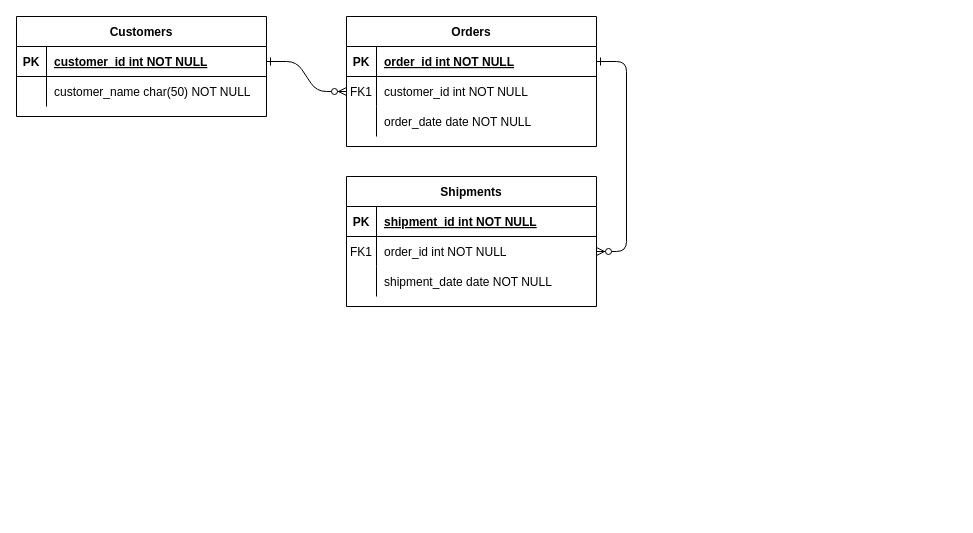
gustavofdeoliveira/projeto-modgeo keeps this draw.io diagram as Diagrama sem título.drawio. Above is the earlier version. Source tidied: cells renumbered, new cells numbered last; positions are measured from the earlier drawing's top-left corner, leaving out a move shared by most shapes. Both pictures are drawn from the tidied source at 100%, with x=0, y=0 at pixel (16, 16).
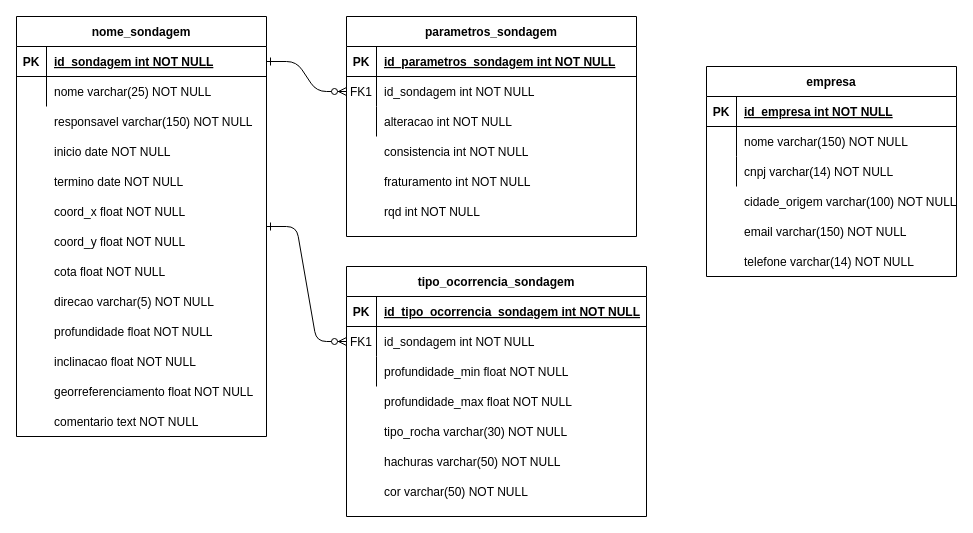
The same diagram, later.

The change refers to these unchanged cells:
```xml
<mxCell id="15" style="shape=partialRectangle;fillColor=none;top=0;left=0;right=0;bottom=1;" parent="14" vertex="1">
  <mxGeometry y="30" width="250" height="30" as="geometry" />
</mxCell>
<mxCell id="18" style="shape=partialRectangle;fillColor=none;points=[[0,0.5],[1,0.5]];portConstraint=eastwest;top=0;left=0;right=0;bottom=0;" parent="14" vertex="1">
  <mxGeometry y="60" width="250" height="30" as="geometry" />
</mxCell>
<mxCell id="21" style="shape=partialRectangle;fillColor=none;top=0;left=0;right=0;bottom=0;" parent="14" vertex="1">
  <mxGeometry y="90" width="250" height="30" as="geometry" />
</mxCell>
<mxCell id="25" style="shape=partialRectangle;fillColor=none;points=[[0,0.5],[1,0.5]];portConstraint=eastwest;top=0;left=0;right=0;bottom=1;" parent="24" vertex="1">
  <mxGeometry y="30" width="250" height="30" as="geometry" />
</mxCell>
<mxCell id="28" style="shape=partialRectangle;fillColor=none;top=0;left=0;right=0;bottom=0;" parent="24" vertex="1">
  <mxGeometry y="60" width="250" height="30" as="geometry" />
</mxCell>
```

Diff of the diagram source:
```diff
@@
-    <mxCell id="3" style="edgeStyle=entityRelationEdgeStyle;endArrow=ERzeroToMany;startArrow=ERone;endFill=1;startFill=0;" parent="1" edge="1" source="5" target="18">
-      <mxGeometry relative="1" as="geometry" />
-    </mxCell>
-    <mxCell id="4" value="Orders" style="shape=table;startSize=30;childLayout=tableLayout;rowLines=0;fontStyle=1;align=center;" parent="1" vertex="1">
-      <mxGeometry x="330" width="250" height="130" as="geometry" />
+    <mxCell id="4" value="parametros_sondagem" style="shape=table;startSize=30;childLayout=tableLayout;rowLines=0;fontStyle=1;align=center;" parent="1" vertex="1">
+      <mxGeometry x="330" width="290" height="220" as="geometry" />
     </mxCell>
     <mxCell id="5" style="shape=partialRectangle;fillColor=none;points=[[0,0.5],[1,0.5]];portConstraint=eastwest;top=0;left=0;right=0;bottom=1;" parent="4" vertex="1">
-      <mxGeometry y="30" width="250" height="30" as="geometry" />
+      <mxGeometry y="30" width="290" height="30" as="geometry" />
     </mxCell>
@@
-    <mxCell id="7" value="order_id int NOT NULL " style="shape=partialRectangle;overflow=hidden;fillColor=none;top=0;left=0;bottom=0;right=0;align=left;spacingLeft=6;fontStyle=5;" parent="5" vertex="1">
-      <mxGeometry x="30" width="220" height="30" as="geometry" />
+    <mxCell id="7" value="id_parametros_sondagem int NOT NULL " style="shape=partialRectangle;overflow=hidden;fillColor=none;top=0;left=0;bottom=0;right=0;align=left;spacingLeft=6;fontStyle=5;" parent="5" vertex="1">
+      <mxGeometry x="30" width="260" height="30" as="geometry" />
     </mxCell>
     <mxCell id="8" style="shape=partialRectangle;fillColor=none;points=[[0,0.5],[1,0.5]];portConstraint=eastwest;top=0;left=0;right=0;bottom=0;" parent="4" vertex="1">
-      <mxGeometry y="60" width="250" height="30" as="geometry" />
+      <mxGeometry y="60" width="290" height="30" as="geometry" />
     </mxCell>
@@
-    <mxCell id="10" value="customer_id int NOT NULL" style="shape=partialRectangle;overflow=hidden;fillColor=none;top=0;left=0;bottom=0;right=0;align=left;spacingLeft=6;" parent="8" vertex="1">
-      <mxGeometry x="30" width="220" height="30" as="geometry" />
+    <mxCell id="10" value="id_sondagem int NOT NULL" style="shape=partialRectangle;overflow=hidden;fillColor=none;top=0;left=0;bottom=0;right=0;align=left;spacingLeft=6;" parent="8" vertex="1">
+      <mxGeometry x="30" width="260" height="30" as="geometry" />
     </mxCell>
     <mxCell id="11" style="shape=partialRectangle;fillColor=none;top=0;left=0;right=0;bottom=0;" parent="4" vertex="1">
-      <mxGeometry y="90" width="250" height="30" as="geometry" />
+      <mxGeometry y="90" width="290" height="30" as="geometry" />
     </mxCell>
@@
-    <mxCell id="13" value="order_date date NOT NULL" style="shape=partialRectangle;overflow=hidden;fillColor=none;top=0;left=0;bottom=0;right=0;align=left;spacingLeft=6;" parent="11" vertex="1">
-      <mxGeometry x="30" width="220" height="30" as="geometry" />
+    <mxCell id="13" value="alteracao int NOT NULL" style="shape=partialRectangle;overflow=hidden;fillColor=none;top=0;left=0;bottom=0;right=0;align=left;spacingLeft=6;" parent="11" vertex="1">
+      <mxGeometry x="30" width="260" height="30" as="geometry" />
     </mxCell>
-    <mxCell id="14" value="Shipments" style="shape=table;startSize=30;childLayout=tableLayout;rowLines=0;fontStyle=1;align=center;" parent="1" vertex="1">
-      <mxGeometry x="330" y="160" width="250" height="130" as="geometry" />
+    <mxCell id="14" value="empresa" style="shape=table;startSize=30;childLayout=tableLayout;rowLines=0;fontStyle=1;align=center;" parent="1" vertex="1">
+      <mxGeometry x="690" y="50" width="250" height="210" as="geometry" />
     </mxCell>
@@
-    <mxCell id="17" value="shipment_id int NOT NULL " style="shape=partialRectangle;overflow=hidden;fillColor=none;top=0;left=0;bottom=0;right=0;align=left;spacingLeft=6;fontStyle=5;" parent="15" vertex="1">
+    <mxCell id="17" value="id_empresa int NOT NULL " style="shape=partialRectangle;overflow=hidden;fillColor=none;top=0;left=0;bottom=0;right=0;align=left;spacingLeft=6;fontStyle=5;" parent="15" vertex="1">
       <mxGeometry x="30" width="220" height="30" as="geometry" />
     </mxCell>
@@
-    <mxCell id="19" value="FK1" style="shape=partialRectangle;overflow=hidden;fillColor=none;top=0;left=0;bottom=0;right=0;" parent="18" vertex="1">
+    <mxCell id="19" style="shape=partialRectangle;overflow=hidden;fillColor=none;top=0;left=0;bottom=0;right=0;" parent="18" vertex="1">
       <mxGeometry width="30" height="30" as="geometry" />
     </mxCell>
-    <mxCell id="20" value="order_id int NOT NULL" style="shape=partialRectangle;overflow=hidden;fillColor=none;top=0;left=0;bottom=0;right=0;align=left;spacingLeft=6;" parent="18" vertex="1">
+    <mxCell id="20" value="nome varchar(150) NOT NULL" style="shape=partialRectangle;overflow=hidden;fillColor=none;top=0;left=0;bottom=0;right=0;align=left;spacingLeft=6;" parent="18" vertex="1">
       <mxGeometry x="30" width="220" height="30" as="geometry" />
     </mxCell>
@@
-    <mxCell id="23" value="shipment_date date NOT NULL" style="shape=partialRectangle;overflow=hidden;fillColor=none;top=0;left=0;bottom=0;right=0;align=left;spacingLeft=6;" parent="21" vertex="1">
+    <mxCell id="23" value="cnpj varchar(14) NOT NULL" style="shape=partialRectangle;overflow=hidden;fillColor=none;top=0;left=0;bottom=0;right=0;align=left;spacingLeft=6;" parent="21" vertex="1">
       <mxGeometry x="30" width="220" height="30" as="geometry" />
     </mxCell>
-    <mxCell id="24" value="Customers" style="shape=table;startSize=30;childLayout=tableLayout;rowLines=0;fontStyle=1;align=center;" parent="1" vertex="1">
-      <mxGeometry width="250" height="100" as="geometry" />
+    <mxCell id="24" value="nome_sondagem" style="shape=table;startSize=30;childLayout=tableLayout;rowLines=0;fontStyle=1;align=center;" parent="1" vertex="1">
+      <mxGeometry width="250" height="420" as="geometry" />
     </mxCell>
@@
-    <mxCell id="27" value="customer_id int NOT NULL " style="shape=partialRectangle;overflow=hidden;fillColor=none;top=0;left=0;bottom=0;right=0;align=left;spacingLeft=6;fontStyle=5;" parent="25" vertex="1">
+    <mxCell id="27" value="id_sondagem int NOT NULL " style="shape=partialRectangle;overflow=hidden;fillColor=none;top=0;left=0;bottom=0;right=0;align=left;spacingLeft=6;fontStyle=5;" parent="25" vertex="1">
       <mxGeometry x="30" width="220" height="30" as="geometry" />
     </mxCell>
@@
-    <mxCell id="30" value="customer_name char(50) NOT NULL" style="shape=partialRectangle;overflow=hidden;fillColor=none;top=0;left=0;bottom=0;right=0;align=left;spacingLeft=6;" parent="28" vertex="1">
+    <mxCell id="30" value="nome varchar(25) NOT NULL" style="shape=partialRectangle;overflow=hidden;fillColor=none;top=0;left=0;bottom=0;right=0;align=left;spacingLeft=6;" parent="28" vertex="1">
       <mxGeometry x="30" width="220" height="30" as="geometry" />
     </mxCell>
+    <mxCell id="31" value="responsavel varchar(150) NOT NULL" style="shape=partialRectangle;overflow=hidden;fillColor=none;top=0;left=0;bottom=0;right=0;align=left;spacingLeft=6;" parent="1" vertex="1">
+      <mxGeometry x="30" y="90" width="220" height="30" as="geometry" />
+    </mxCell>
+    <mxCell id="32" value="inicio date NOT NULL" style="shape=partialRectangle;overflow=hidden;fillColor=none;top=0;left=0;bottom=0;right=0;align=left;spacingLeft=6;" parent="1" vertex="1">
+      <mxGeometry x="30" y="120" width="220" height="30" as="geometry" />
+    </mxCell>
+    <mxCell id="33" value="termino date NOT NULL" style="shape=partialRectangle;overflow=hidden;fillColor=none;top=0;left=0;bottom=0;right=0;align=left;spacingLeft=6;" parent="1" vertex="1">
+      <mxGeometry x="30" y="150" width="220" height="30" as="geometry" />
+    </mxCell>
+    <mxCell id="34" value="coord_x float NOT NULL" style="shape=partialRectangle;overflow=hidden;fillColor=none;top=0;left=0;bottom=0;right=0;align=left;spacingLeft=6;" parent="1" vertex="1">
+      <mxGeometry x="30" y="180" width="220" height="30" as="geometry" />
+    </mxCell>
+    <mxCell id="35" value="coord_y float NOT NULL" style="shape=partialRectangle;overflow=hidden;fillColor=none;top=0;left=0;bottom=0;right=0;align=left;spacingLeft=6;" parent="1" vertex="1">
+      <mxGeometry x="30" y="210" width="220" height="30" as="geometry" />
+    </mxCell>
+    <mxCell id="36" value="cota float NOT NULL" style="shape=partialRectangle;overflow=hidden;fillColor=none;top=0;left=0;bottom=0;right=0;align=left;spacingLeft=6;" parent="1" vertex="1">
+      <mxGeometry x="30" y="240" width="220" height="30" as="geometry" />
+    </mxCell>
+    <mxCell id="37" value="direcao varchar(5) NOT NULL" style="shape=partialRectangle;overflow=hidden;fillColor=none;top=0;left=0;bottom=0;right=0;align=left;spacingLeft=6;" parent="1" vertex="1">
+      <mxGeometry x="30" y="270" width="220" height="30" as="geometry" />
+    </mxCell>
+    <mxCell id="38" value="profundidade float NOT NULL" style="shape=partialRectangle;overflow=hidden;fillColor=none;top=0;left=0;bottom=0;right=0;align=left;spacingLeft=6;" parent="1" vertex="1">
+      <mxGeometry x="30" y="300" width="220" height="30" as="geometry" />
+    </mxCell>
+    <mxCell id="39" value="inclinacao float NOT NULL" style="shape=partialRectangle;overflow=hidden;fillColor=none;top=0;left=0;bottom=0;right=0;align=left;spacingLeft=6;" parent="1" vertex="1">
+      <mxGeometry x="30" y="330" width="220" height="30" as="geometry" />
+    </mxCell>
+    <mxCell id="40" value="georreferenciamento float NOT NULL" style="shape=partialRectangle;overflow=hidden;fillColor=none;top=0;left=0;bottom=0;right=0;align=left;spacingLeft=6;" parent="1" vertex="1">
+      <mxGeometry x="30" y="360" width="220" height="30" as="geometry" />
+    </mxCell>
+    <mxCell id="41" value="comentario text NOT NULL" style="shape=partialRectangle;overflow=hidden;fillColor=none;top=0;left=0;bottom=0;right=0;align=left;spacingLeft=6;" parent="1" vertex="1">
+      <mxGeometry x="30" y="390" width="220" height="30" as="geometry" />
+    </mxCell>
+    <mxCell id="42" value="consistencia int NOT NULL" style="shape=partialRectangle;overflow=hidden;fillColor=none;top=0;left=0;bottom=0;right=0;align=left;spacingLeft=6;" parent="1" vertex="1">
+      <mxGeometry x="360" y="120" width="260" height="30" as="geometry" />
+    </mxCell>
+    <mxCell id="43" value="fraturamento int NOT NULL" style="shape=partialRectangle;overflow=hidden;fillColor=none;top=0;left=0;bottom=0;right=0;align=left;spacingLeft=6;" parent="1" vertex="1">
+      <mxGeometry x="360" y="150" width="260" height="30" as="geometry" />
+    </mxCell>
+    <mxCell id="44" value="rqd int NOT NULL" style="shape=partialRectangle;overflow=hidden;fillColor=none;top=0;left=0;bottom=0;right=0;align=left;spacingLeft=6;" parent="1" vertex="1">
+      <mxGeometry x="360" y="180" width="260" height="30" as="geometry" />
+    </mxCell>
+    <mxCell id="45" value="tipo_ocorrencia_sondagem" style="shape=table;startSize=30;childLayout=tableLayout;rowLines=0;fontStyle=1;align=center;" parent="1" vertex="1">
+      <mxGeometry x="330" y="250" width="300" height="250" as="geometry" />
+    </mxCell>
+    <mxCell id="46" style="shape=partialRectangle;fillColor=none;top=0;left=0;right=0;bottom=1;" parent="45" vertex="1">
+      <mxGeometry y="30" width="300" height="30" as="geometry" />
+    </mxCell>
+    <mxCell id="47" value="PK" style="shape=partialRectangle;overflow=hidden;fillColor=none;top=0;left=0;bottom=0;right=0;fontStyle=1;" parent="46" vertex="1">
+      <mxGeometry width="30" height="30" as="geometry" />
+    </mxCell>
+    <mxCell id="48" value="id_tipo_ocorrencia_sondagem int NOT NULL " style="shape=partialRectangle;overflow=hidden;fillColor=none;top=0;left=0;bottom=0;right=0;align=left;spacingLeft=6;fontStyle=5;" parent="46" vertex="1">
+      <mxGeometry x="30" width="270" height="30" as="geometry" />
+    </mxCell>
+    <mxCell id="49" style="shape=partialRectangle;fillColor=none;points=[[0,0.5],[1,0.5]];portConstraint=eastwest;top=0;left=0;right=0;bottom=0;" parent="45" vertex="1">
+      <mxGeometry y="60" width="300" height="30" as="geometry" />
+    </mxCell>
+    <mxCell id="50" value="FK1" style="shape=partialRectangle;overflow=hidden;fillColor=none;top=0;left=0;bottom=0;right=0;" parent="49" vertex="1">
+      <mxGeometry width="30" height="30" as="geometry" />
+    </mxCell>
+    <mxCell id="51" value="id_sondagem int NOT NULL" style="shape=partialRectangle;overflow=hidden;fillColor=none;top=0;left=0;bottom=0;right=0;align=left;spacingLeft=6;" parent="49" vertex="1">
+      <mxGeometry x="30" width="270" height="30" as="geometry" />
+    </mxCell>
+    <mxCell id="52" style="shape=partialRectangle;fillColor=none;top=0;left=0;right=0;bottom=0;" parent="45" vertex="1">
+      <mxGeometry y="90" width="300" height="30" as="geometry" />
+    </mxCell>
+    <mxCell id="53" style="shape=partialRectangle;overflow=hidden;fillColor=none;top=0;left=0;bottom=0;right=0;" parent="52" vertex="1">
+      <mxGeometry width="30" height="30" as="geometry" />
+    </mxCell>
+    <mxCell id="54" value="profundidade_min float NOT NULL" style="shape=partialRectangle;overflow=hidden;fillColor=none;top=0;left=0;bottom=0;right=0;align=left;spacingLeft=6;" parent="52" vertex="1">
+      <mxGeometry x="30" width="270" height="30" as="geometry" />
+    </mxCell>
+    <mxCell id="55" style="edgeStyle=entityRelationEdgeStyle;endArrow=ERzeroToMany;startArrow=ERone;endFill=1;startFill=0;entryX=0;entryY=0.5;entryDx=0;entryDy=0;" parent="1" edge="1" target="49">
+      <mxGeometry relative="1" as="geometry">
+        <mxPoint x="250" y="210" as="sourcePoint" />
+      </mxGeometry>
+    </mxCell>
+    <mxCell id="56" value="profundidade_max float NOT NULL" style="shape=partialRectangle;overflow=hidden;fillColor=none;top=0;left=0;bottom=0;right=0;align=left;spacingLeft=6;" parent="1" vertex="1">
+      <mxGeometry x="360" y="370" width="270" height="30" as="geometry" />
+    </mxCell>
+    <mxCell id="57" value="tipo_rocha varchar(30) NOT NULL" style="shape=partialRectangle;overflow=hidden;fillColor=none;top=0;left=0;bottom=0;right=0;align=left;spacingLeft=6;" parent="1" vertex="1">
+      <mxGeometry x="360" y="400" width="270" height="30" as="geometry" />
+    </mxCell>
+    <mxCell id="58" value="hachuras varchar(50) NOT NULL" style="shape=partialRectangle;overflow=hidden;fillColor=none;top=0;left=0;bottom=0;right=0;align=left;spacingLeft=6;" parent="1" vertex="1">
+      <mxGeometry x="360" y="430" width="270" height="30" as="geometry" />
+    </mxCell>
+    <mxCell id="59" value="cor varchar(50) NOT NULL" style="shape=partialRectangle;overflow=hidden;fillColor=none;top=0;left=0;bottom=0;right=0;align=left;spacingLeft=6;" parent="1" vertex="1">
+      <mxGeometry x="360" y="460" width="270" height="30" as="geometry" />
+    </mxCell>
+    <mxCell id="60" value="cidade_origem varchar(100) NOT NULL" style="shape=partialRectangle;overflow=hidden;fillColor=none;top=0;left=0;bottom=0;right=0;align=left;spacingLeft=6;" parent="1" vertex="1">
+      <mxGeometry x="720" y="170" width="220" height="30" as="geometry" />
+    </mxCell>
+    <mxCell id="61" value="email varchar(150) NOT NULL" style="shape=partialRectangle;overflow=hidden;fillColor=none;top=0;left=0;bottom=0;right=0;align=left;spacingLeft=6;" parent="1" vertex="1">
+      <mxGeometry x="720" y="200" width="220" height="30" as="geometry" />
+    </mxCell>
+    <mxCell id="62" value="telefone varchar(14) NOT NULL" style="shape=partialRectangle;overflow=hidden;fillColor=none;top=0;left=0;bottom=0;right=0;align=left;spacingLeft=6;" parent="1" vertex="1">
+      <mxGeometry x="720" y="230" width="220" height="30" as="geometry" />
+    </mxCell>
```
